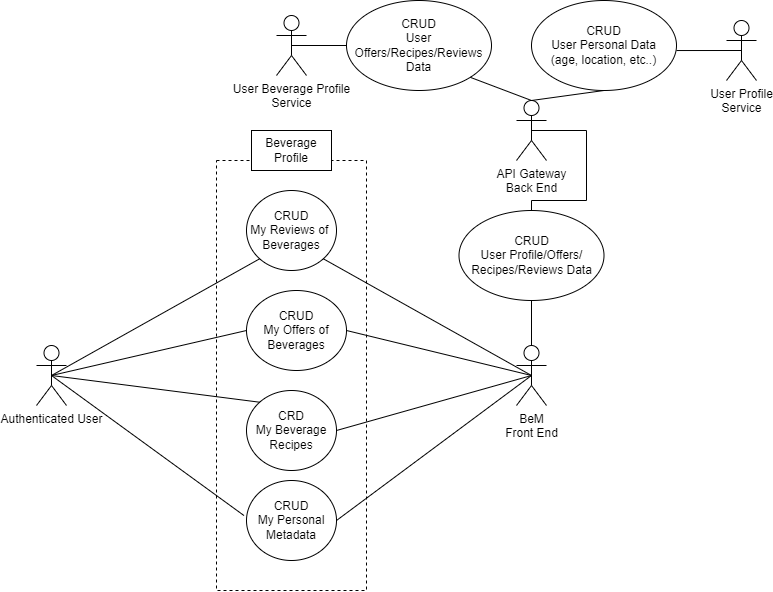
This is diagrams/use_case/beverage_and_user_profile.png from Elaech/Wade-BeM, a draw.io export, as it was before one commit. Source tidied: cells renumbered, new cells last; positions are measured from the earlier drawing's top-left corner, leaving out a move shared by most shapes.
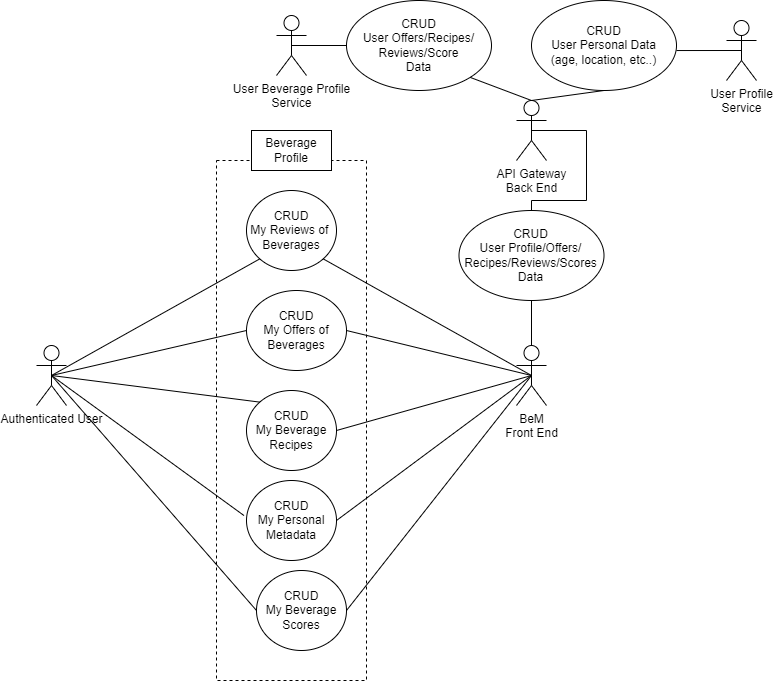
The same diagram one commit later.

Diff of the diagram source:
```diff
@@ -3,7 +3,7 @@
     <mxCell id="0" />
     <mxCell id="1" parent="0" />
     <mxCell id="2" style="rounded=0;whiteSpace=wrap;html=1;dashed=1;" parent="1" vertex="1">
-      <mxGeometry x="180" y="160" width="150" height="430" as="geometry" />
+      <mxGeometry x="180" y="160" width="150" height="520" as="geometry" />
     </mxCell>
     <mxCell id="3" value="Authenticated User" style="shape=umlActor;verticalLabelPosition=bottom;verticalAlign=top;html=1;outlineConnect=0;" parent="1" vertex="1">
       <mxGeometry y="345" width="30" height="60" as="geometry" />
@@ -38,7 +38,7 @@
     <mxCell id="13" style="endArrow=none;html=1;rounded=0;strokeColor=default;exitX=1;exitY=0.5;exitDx=0;exitDy=0;entryX=0.5;entryY=0.5;entryDx=0;entryDy=0;entryPerimeter=0;" parent="1" edge="1" source="17" target="5">
       <mxGeometry relative="1" as="geometry" />
     </mxCell>
-    <mxCell id="14" value="CRD&lt;br&gt;My Beverage Recipes" style="ellipse;whiteSpace=wrap;html=1;" parent="1" vertex="1">
+    <mxCell id="14" value="CRUD&lt;br&gt;My Beverage Recipes" style="ellipse;whiteSpace=wrap;html=1;" parent="1" vertex="1">
       <mxGeometry x="210" y="390" width="90" height="80" as="geometry" />
     </mxCell>
     <mxCell id="15" style="endArrow=none;html=1;rounded=0;strokeColor=default;exitX=0.5;exitY=0.5;exitDx=0;exitDy=0;exitPerimeter=0;entryX=0;entryY=0;entryDx=0;entryDy=0;" parent="1" edge="1" source="3" target="14">
@@ -59,7 +59,7 @@
     <mxCell id="20" value="User Beverage Profile&lt;br&gt;Service" style="shape=umlActor;verticalLabelPosition=bottom;verticalAlign=top;html=1;outlineConnect=0;" parent="1" vertex="1">
       <mxGeometry x="240" y="15" width="30" height="60" as="geometry" />
     </mxCell>
-    <mxCell id="21" value="CRUD&lt;br&gt;User Profile/Offers/&lt;br&gt;Recipes/Reviews Data" style="ellipse;whiteSpace=wrap;html=1;" parent="1" vertex="1">
+    <mxCell id="21" value="CRUD&lt;br&gt;User Profile/Offers/&lt;br&gt;Recipes/Reviews/Scores Data" style="ellipse;whiteSpace=wrap;html=1;" parent="1" vertex="1">
       <mxGeometry x="422.5" y="210" width="145" height="90" as="geometry" />
     </mxCell>
     <mxCell id="22" style="endArrow=none;html=1;rounded=0;exitX=0.5;exitY=0;exitDx=0;exitDy=0;exitPerimeter=0;entryX=0.5;entryY=1;entryDx=0;entryDy=0;" parent="1" edge="1" source="5" target="21">
@@ -74,7 +74,7 @@
         </Array>
       </mxGeometry>
     </mxCell>
-    <mxCell id="24" value="CRUD&lt;br&gt;User Offers/Recipes/Reviews&lt;br&gt;Data" style="ellipse;whiteSpace=wrap;html=1;" parent="1" vertex="1">
+    <mxCell id="24" value="CRUD&lt;br&gt;User Offers/Recipes/&lt;br&gt;Reviews/Score&lt;br&gt;Data" style="ellipse;whiteSpace=wrap;html=1;" parent="1" vertex="1">
       <mxGeometry x="310" width="145" height="90" as="geometry" />
     </mxCell>
     <mxCell id="25" style="endArrow=none;html=1;rounded=0;exitX=0.5;exitY=0;exitDx=0;exitDy=0;exitPerimeter=0;entryX=1;entryY=1;entryDx=0;entryDy=0;" parent="1" edge="1" source="4" target="24">
@@ -92,5 +92,16 @@
     <mxCell id="29" style="endArrow=none;html=1;rounded=0;exitX=0.5;exitY=0.5;exitDx=0;exitDy=0;entryX=1;entryY=0.556;entryDx=0;entryDy=0;exitPerimeter=0;entryPerimeter=0;" parent="1" edge="1" source="6" target="27">
       <mxGeometry relative="1" as="geometry" />
     </mxCell>
+    <mxCell id="30" value="CRUD&lt;br&gt;My Beverage Scores" style="ellipse;whiteSpace=wrap;html=1;" parent="1" vertex="1">
+      <mxGeometry x="220" y="570" width="90" height="80" as="geometry" />
+    </mxCell>
+    <mxCell id="31" style="endArrow=none;html=1;rounded=0;strokeColor=default;exitX=0.5;exitY=0.5;exitDx=0;exitDy=0;exitPerimeter=0;" parent="1" edge="1" source="3">
+      <mxGeometry relative="1" as="geometry">
+        <mxPoint x="220" y="610" as="targetPoint" />
+      </mxGeometry>
+    </mxCell>
+    <mxCell id="32" style="endArrow=none;html=1;rounded=0;strokeColor=default;exitX=0.5;exitY=0.5;exitDx=0;exitDy=0;exitPerimeter=0;entryX=1;entryY=0.5;entryDx=0;entryDy=0;" parent="1" edge="1" source="5" target="30">
+      <mxGeometry relative="1" as="geometry" />
+    </mxCell>
   </root>
 </mxGraphModel>
```
